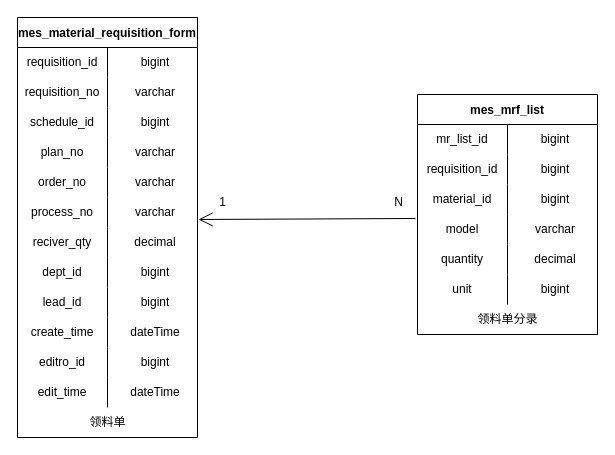
KNAI-I/test keeps this draw.io diagram as page "领料单管理" (3 of 5) of 数据表.drawio. Above is the earlier version. Source tidied: cells renumbered, new cells numbered last; positions are measured from the earlier drawing's top-left corner, leaving out a move shared by most shapes. Both pictures are drawn from the tidied source at 100%, with x=0, y=0 at pixel (17, 17).
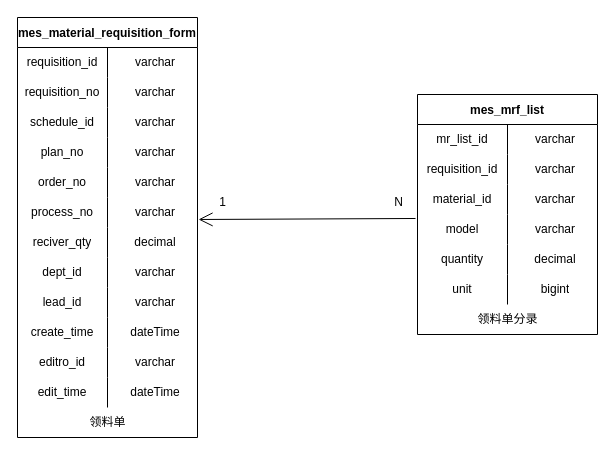
After the change.

The change refers to these unchanged cells:
```xml
<mxCell id="3" style="shape=tableRow;horizontal=0;startSize=0;swimlaneHead=0;swimlaneBody=0;top=0;left=0;bottom=0;right=0;fillColor=none;align=center;" parent="2" vertex="1">
  <mxGeometry y="30" width="180" height="30" as="geometry" />
</mxCell>
<mxCell id="9" style="shape=tableRow;horizontal=0;startSize=0;swimlaneHead=0;swimlaneBody=0;top=0;left=0;bottom=0;right=0;fillColor=none;" parent="2" vertex="1">
  <mxGeometry y="90" width="180" height="30" as="geometry" />
</mxCell>
<mxCell id="24" style="shape=tableRow;horizontal=0;startSize=0;swimlaneHead=0;swimlaneBody=0;top=0;left=0;bottom=0;right=0;fillColor=none;" parent="2" vertex="1">
  <mxGeometry y="240" width="180" height="30" as="geometry" />
</mxCell>
<mxCell id="27" style="shape=tableRow;horizontal=0;startSize=0;swimlaneHead=0;swimlaneBody=0;top=0;left=0;bottom=0;right=0;fillColor=none;" parent="2" vertex="1">
  <mxGeometry y="270" width="180" height="30" as="geometry" />
</mxCell>
<mxCell id="33" style="shape=tableRow;horizontal=0;startSize=0;swimlaneHead=0;swimlaneBody=0;top=0;left=0;bottom=0;right=0;fillColor=none;" parent="2" vertex="1">
  <mxGeometry y="330" width="180" height="30" as="geometry" />
</mxCell>
<mxCell id="41" style="shape=tableRow;horizontal=0;startSize=0;swimlaneHead=0;swimlaneBody=0;top=0;left=0;bottom=0;right=0;fillColor=none;" parent="40" vertex="1">
  <mxGeometry y="30" width="180" height="30" as="geometry" />
</mxCell>
<mxCell id="44" style="shape=tableRow;horizontal=0;startSize=0;swimlaneHead=0;swimlaneBody=0;top=0;left=0;bottom=0;right=0;fillColor=none;" parent="40" vertex="1">
  <mxGeometry y="60" width="180" height="30" as="geometry" />
</mxCell>
<mxCell id="47" style="shape=tableRow;horizontal=0;startSize=0;swimlaneHead=0;swimlaneBody=0;top=0;left=0;bottom=0;right=0;fillColor=none;" parent="40" vertex="1">
  <mxGeometry y="90" width="180" height="30" as="geometry" />
</mxCell>
```

Diff of the diagram source:
```diff
@@
-    <mxCell id="5" value="bigint" style="shape=partialRectangle;html=1;whiteSpace=wrap;fillColor=none;top=0;left=0;bottom=0;right=0;align=center;spacingLeft=6;overflow=hidden;" parent="3" vertex="1">
+    <mxCell id="5" value="varchar" style="shape=partialRectangle;html=1;whiteSpace=wrap;fillColor=none;top=0;left=0;bottom=0;right=0;align=center;spacingLeft=6;overflow=hidden;" parent="3" vertex="1">
       <mxGeometry x="90" width="90" height="30" as="geometry" />
     </mxCell>
@@
-    <mxCell id="11" value="bigint" style="shape=partialRectangle;html=1;whiteSpace=wrap;fillColor=none;top=0;left=0;bottom=0;right=0;align=center;spacingLeft=6;overflow=hidden;" parent="9" vertex="1">
+    <mxCell id="11" value="varchar" style="shape=partialRectangle;html=1;whiteSpace=wrap;fillColor=none;top=0;left=0;bottom=0;right=0;align=center;spacingLeft=6;overflow=hidden;" parent="9" vertex="1">
       <mxGeometry x="90" width="90" height="30" as="geometry" />
     </mxCell>
@@
-    <mxCell id="26" value="bigint" style="shape=partialRectangle;html=1;whiteSpace=wrap;fillColor=none;top=0;left=0;bottom=0;right=0;align=center;spacingLeft=6;overflow=hidden;" parent="24" vertex="1">
+    <mxCell id="26" value="varchar" style="shape=partialRectangle;html=1;whiteSpace=wrap;fillColor=none;top=0;left=0;bottom=0;right=0;align=center;spacingLeft=6;overflow=hidden;" parent="24" vertex="1">
       <mxGeometry x="90" width="90" height="30" as="geometry" />
     </mxCell>
@@
-    <mxCell id="29" value="bigint" style="shape=partialRectangle;html=1;whiteSpace=wrap;fillColor=none;top=0;left=0;bottom=0;right=0;align=center;spacingLeft=6;overflow=hidden;" parent="27" vertex="1">
+    <mxCell id="29" value="varchar" style="shape=partialRectangle;html=1;whiteSpace=wrap;fillColor=none;top=0;left=0;bottom=0;right=0;align=center;spacingLeft=6;overflow=hidden;" parent="27" vertex="1">
       <mxGeometry x="90" width="90" height="30" as="geometry" />
     </mxCell>
@@
-    <mxCell id="35" value="bigint" style="shape=partialRectangle;html=1;whiteSpace=wrap;fillColor=none;top=0;left=0;bottom=0;right=0;align=center;spacingLeft=6;overflow=hidden;" parent="33" vertex="1">
+    <mxCell id="35" value="varchar" style="shape=partialRectangle;html=1;whiteSpace=wrap;fillColor=none;top=0;left=0;bottom=0;right=0;align=center;spacingLeft=6;overflow=hidden;" parent="33" vertex="1">
       <mxGeometry x="90" width="90" height="30" as="geometry" />
     </mxCell>
@@
-    <mxCell id="43" value="bigint" style="shape=partialRectangle;html=1;whiteSpace=wrap;fillColor=none;top=0;left=0;bottom=0;right=0;align=center;spacingLeft=6;overflow=hidden;" parent="41" vertex="1">
+    <mxCell id="43" value="varchar" style="shape=partialRectangle;html=1;whiteSpace=wrap;fillColor=none;top=0;left=0;bottom=0;right=0;align=center;spacingLeft=6;overflow=hidden;" parent="41" vertex="1">
       <mxGeometry x="90" width="90" height="30" as="geometry" />
     </mxCell>
@@
-    <mxCell id="46" value="bigint" style="shape=partialRectangle;html=1;whiteSpace=wrap;fillColor=none;top=0;left=0;bottom=0;right=0;align=center;spacingLeft=6;overflow=hidden;" parent="44" vertex="1">
+    <mxCell id="46" value="varchar" style="shape=partialRectangle;html=1;whiteSpace=wrap;fillColor=none;top=0;left=0;bottom=0;right=0;align=center;spacingLeft=6;overflow=hidden;" parent="44" vertex="1">
       <mxGeometry x="90" width="90" height="30" as="geometry" />
     </mxCell>
@@
-    <mxCell id="49" value="bigint" style="shape=partialRectangle;html=1;whiteSpace=wrap;fillColor=none;top=0;left=0;bottom=0;right=0;align=center;spacingLeft=6;overflow=hidden;" parent="47" vertex="1">
+    <mxCell id="49" value="varchar" style="shape=partialRectangle;html=1;whiteSpace=wrap;fillColor=none;top=0;left=0;bottom=0;right=0;align=center;spacingLeft=6;overflow=hidden;" parent="47" vertex="1">
       <mxGeometry x="90" width="90" height="30" as="geometry" />
     </mxCell>
```
